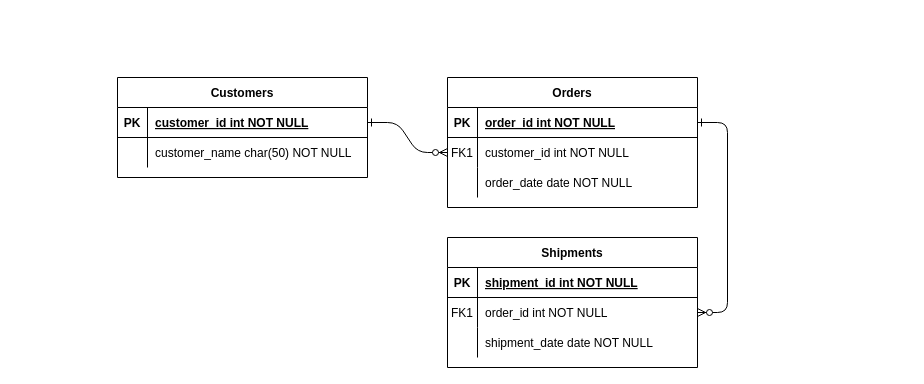
This is Diagrama sem nome.drawio from malucsta/gerenciamento-de-bolsas, a draw.io file, before an edit. Source tidied: cells renumbered, new cells numbered last; positions are measured from the earlier drawing's top-left corner, leaving out a move shared by most shapes. Both pictures are drawn from the tidied source at 100%, with x=0, y=0 at pixel (117, 77).
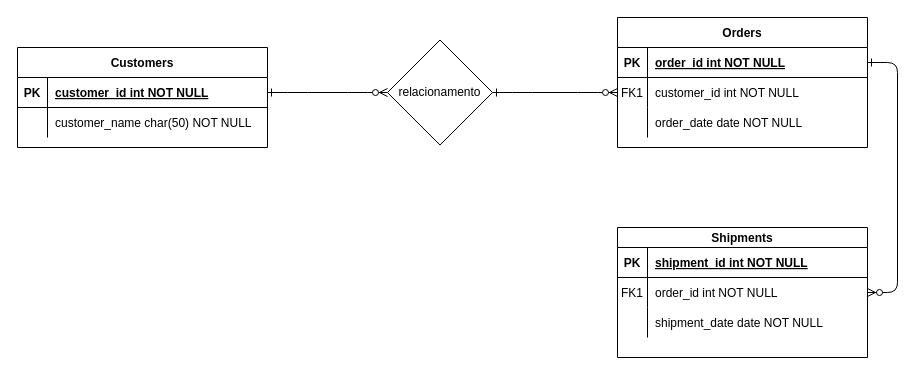
After the change.

Unchanged cells that the change refers to:
```xml
<mxCell id="8" style="shape=partialRectangle;fillColor=none;points=[[0,0.5],[1,0.5]];portConstraint=eastwest;top=0;left=0;right=0;bottom=0;" parent="4" vertex="1">
  <mxGeometry y="60" width="250" height="30" as="geometry" />
</mxCell>
<mxCell id="25" style="shape=partialRectangle;fillColor=none;points=[[0,0.5],[1,0.5]];portConstraint=eastwest;top=0;left=0;right=0;bottom=1;" parent="24" vertex="1">
  <mxGeometry y="30" width="250" height="30" as="geometry" />
</mxCell>
```

Diff of the diagram source:
```diff
@@
-    <mxCell id="2" style="edgeStyle=entityRelationEdgeStyle;endArrow=ERzeroToMany;startArrow=ERone;endFill=1;startFill=0;" parent="1" edge="1" source="25" target="8">
+    <mxCell id="2" style="edgeStyle=entityRelationEdgeStyle;endArrow=ERzeroToMany;startArrow=ERone;endFill=1;startFill=0;" parent="1" edge="1" source="32" target="8">
       <mxGeometry relative="1" as="geometry" />
     </mxCell>
@@
     <mxCell id="4" value="Orders" style="shape=table;startSize=30;childLayout=tableLayout;rowLines=0;fontStyle=1;align=center;" parent="1" vertex="1">
-      <mxGeometry x="330" width="250" height="130" as="geometry" />
+      <mxGeometry x="500" y="-60" width="250" height="130" as="geometry" />
     </mxCell>
@@
-    <mxCell id="14" value="Shipments" style="shape=table;startSize=30;childLayout=tableLayout;rowLines=0;fontStyle=1;align=center;" parent="1" vertex="1">
-      <mxGeometry x="330" y="160" width="250" height="130" as="geometry" />
+    <mxCell id="14" value="Shipments" style="shape=table;startSize=20;childLayout=tableLayout;rowLines=0;fontStyle=1;align=center;" parent="1" vertex="1">
+      <mxGeometry x="500" y="150" width="250" height="130" as="geometry" />
     </mxCell>
     <mxCell id="15" style="shape=partialRectangle;fillColor=none;top=0;left=0;right=0;bottom=1;" parent="14" vertex="1">
-      <mxGeometry y="30" width="250" height="30" as="geometry" />
+      <mxGeometry y="20" width="250" height="30" as="geometry" />
     </mxCell>
@@
     <mxCell id="18" style="shape=partialRectangle;fillColor=none;points=[[0,0.5],[1,0.5]];portConstraint=eastwest;top=0;left=0;right=0;bottom=0;" parent="14" vertex="1">
-      <mxGeometry y="60" width="250" height="30" as="geometry" />
+      <mxGeometry y="50" width="250" height="30" as="geometry" />
     </mxCell>
@@
     <mxCell id="21" style="shape=partialRectangle;fillColor=none;top=0;left=0;right=0;bottom=0;" parent="14" vertex="1">
-      <mxGeometry y="90" width="250" height="30" as="geometry" />
+      <mxGeometry y="80" width="250" height="30" as="geometry" />
     </mxCell>
@@
     <mxCell id="24" value="Customers" style="shape=table;startSize=30;childLayout=tableLayout;rowLines=0;fontStyle=1;align=center;" parent="1" vertex="1">
-      <mxGeometry width="250" height="100" as="geometry" />
+      <mxGeometry x="-100" y="-30" width="250" height="100" as="geometry" />
     </mxCell>
@@
+    <mxCell id="31" style="edgeStyle=entityRelationEdgeStyle;endArrow=ERzeroToMany;startArrow=ERone;endFill=1;startFill=0;" parent="1" edge="1" source="25" target="32">
+      <mxGeometry relative="1" as="geometry" />
+    </mxCell>
+    <mxCell id="32" value="relacionamento&lt;br&gt;" style="rhombus;whiteSpace=wrap;html=1;" parent="1" vertex="1">
+      <mxGeometry x="270" y="-37.5" width="105" height="105" as="geometry" />
+    </mxCell>
```
